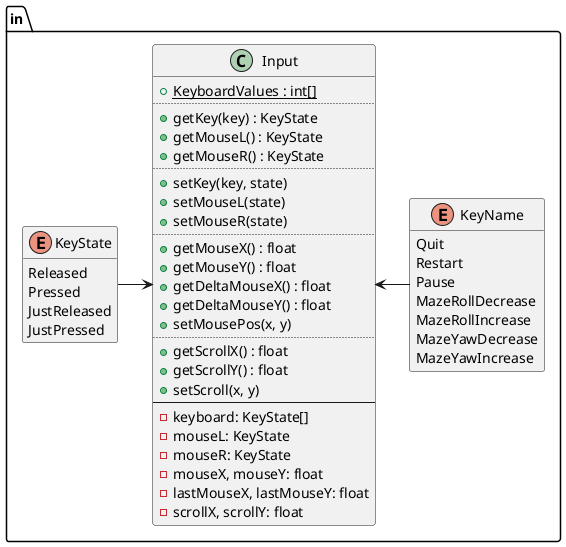
This is design/in.png from ba6er/marblemaze, a PlantUML export, as it was before one commit.
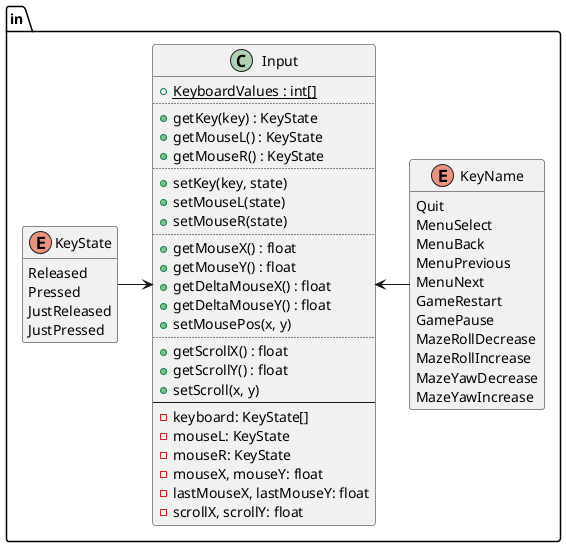
The same file after the commit.

Change to the diagram source:
```diff
@@ -11,8 +11,12 @@
 
 enum in::KeyName {
 	Quit
-	Restart
-	Pause
+	MenuSelect
+	MenuBack
+	MenuPrevious
+	MenuNext
+	GameRestart
+	GamePause
 	MazeRollDecrease
 	MazeRollIncrease
 	MazeYawDecrease
```
